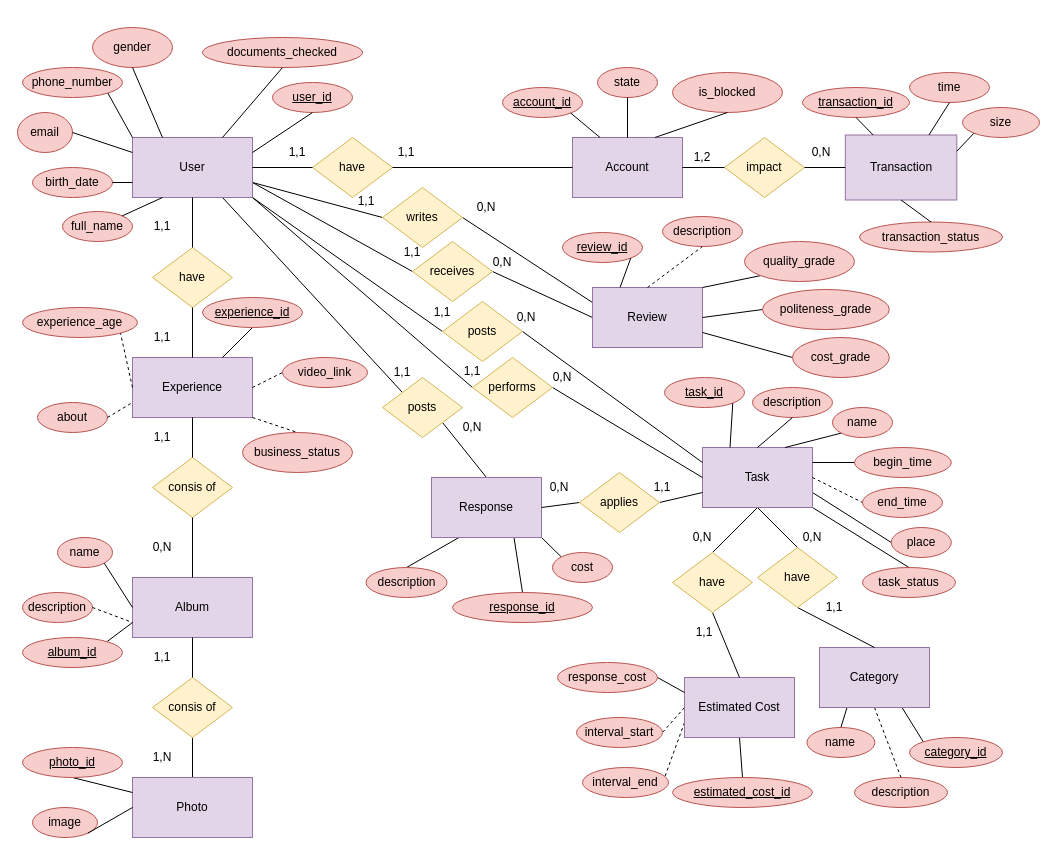
Before: page "Страница 1" (1 of 2) of concept.drawio in Shennor/youdoDB, a draw.io diagram. Source tidied: cells renumbered, new cells numbered last; positions are measured from the earlier drawing's top-left corner, leaving out a move shared by most shapes. Both pictures are drawn from the tidied source at 100%, with x=0, y=0 at pixel (17, 27).
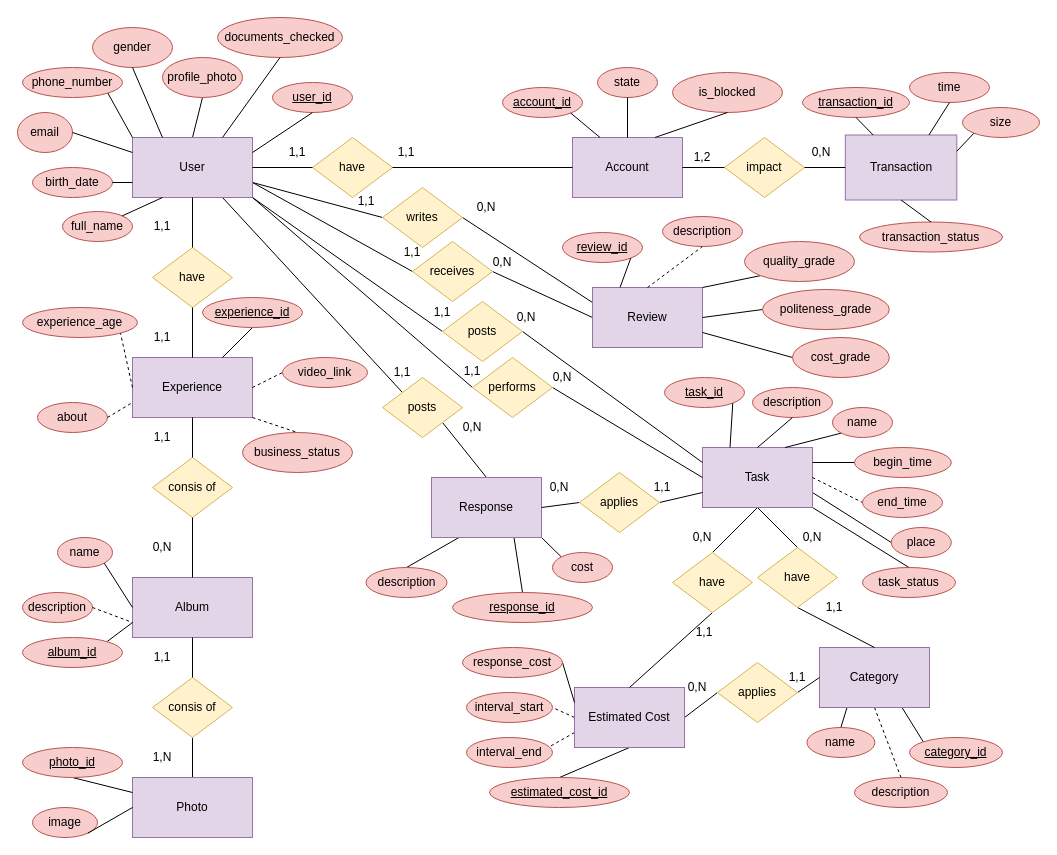
The same diagram, later.

The change refers to these unchanged cells:
```xml
<mxCell id="7" value="User" style="rounded=0;whiteSpace=wrap;html=1;fillColor=#e1d5e7;strokeColor=#9673a6;" parent="1" vertex="1">
  <mxGeometry x="115" y="110" width="120" height="60" as="geometry" />
</mxCell>
<mxCell id="135" value="Category" style="rounded=0;whiteSpace=wrap;html=1;fillColor=#e1d5e7;strokeColor=#9673a6;" parent="1" vertex="1">
  <mxGeometry x="802" y="620" width="110" height="60" as="geometry" />
</mxCell>
```

Diff of the diagram source:
```diff
@@
+    <mxCell id="173" style="edgeStyle=none;shape=connector;rounded=1;jettySize=auto;html=1;exitX=0.5;exitY=0;exitDx=0;exitDy=0;entryX=0.5;entryY=1;entryDx=0;entryDy=0;labelBackgroundColor=default;strokeColor=default;fontFamily=Helvetica;fontSize=11;fontColor=default;endArrow=none;" parent="1" edge="1" source="7" target="175">
+      <mxGeometry relative="1" as="geometry" />
+    </mxCell>
@@
     <mxCell id="40" value="documents_checked" style="ellipse;whiteSpace=wrap;html=1;fillColor=#f8cecc;strokeColor=#b85450;" parent="1" vertex="1">
-      <mxGeometry x="185" y="10" width="160" height="30" as="geometry" />
+      <mxGeometry x="200" y="-10" width="125" height="40" as="geometry" />
     </mxCell>
@@
+    <mxCell id="174" style="edgeStyle=none;shape=connector;rounded=1;jettySize=auto;html=1;exitX=1;exitY=0.5;exitDx=0;exitDy=0;entryX=0;entryY=0.5;entryDx=0;entryDy=0;labelBackgroundColor=default;strokeColor=default;fontFamily=Helvetica;fontSize=11;fontColor=default;endArrow=none;" parent="1" edge="1" source="143" target="177">
+      <mxGeometry relative="1" as="geometry" />
+    </mxCell>
     <mxCell id="143" value="Estimated Cost" style="rounded=0;whiteSpace=wrap;html=1;fillColor=#e1d5e7;strokeColor=#9673a6;" parent="1" vertex="1">
-      <mxGeometry x="667" y="650" width="110" height="60" as="geometry" />
+      <mxGeometry x="557" y="660" width="110" height="60" as="geometry" />
     </mxCell>
@@
     <mxCell id="151" value="interval_start" style="ellipse;whiteSpace=wrap;html=1;fillColor=#f8cecc;strokeColor=#b85450;" parent="1" vertex="1">
-      <mxGeometry x="559" y="690" width="86" height="30" as="geometry" />
+      <mxGeometry x="449" y="665" width="86" height="30" as="geometry" />
     </mxCell>
     <mxCell id="152" value="&lt;u&gt;estimated_cost_id&lt;/u&gt;" style="ellipse;whiteSpace=wrap;html=1;fillColor=#f8cecc;strokeColor=#b85450;" parent="1" vertex="1">
-      <mxGeometry x="655" y="750" width="140" height="30" as="geometry" />
+      <mxGeometry x="472" y="750" width="140" height="30" as="geometry" />
     </mxCell>
     <mxCell id="153" value="interval_end" style="ellipse;whiteSpace=wrap;html=1;fillColor=#f8cecc;strokeColor=#b85450;" parent="1" vertex="1">
-      <mxGeometry x="565" y="740" width="86" height="30" as="geometry" />
+      <mxGeometry x="449" y="710" width="86" height="30" as="geometry" />
     </mxCell>
@@
     <mxCell id="155" value="response_cost" style="ellipse;whiteSpace=wrap;html=1;fillColor=#f8cecc;strokeColor=#b85450;" parent="1" vertex="1">
-      <mxGeometry x="540" y="635" width="100" height="30" as="geometry" />
+      <mxGeometry x="445" y="620" width="100" height="30" as="geometry" />
     </mxCell>
@@
+    <mxCell id="175" value="profile_photo" style="ellipse;whiteSpace=wrap;html=1;fillColor=#f8cecc;strokeColor=#b85450;" parent="1" vertex="1">
+      <mxGeometry x="145" y="30" width="80" height="40" as="geometry" />
+    </mxCell>
+    <mxCell id="176" style="edgeStyle=none;shape=connector;rounded=1;jettySize=auto;html=1;exitX=1;exitY=0.5;exitDx=0;exitDy=0;entryX=0;entryY=0.5;entryDx=0;entryDy=0;labelBackgroundColor=default;strokeColor=default;fontFamily=Helvetica;fontSize=11;fontColor=default;endArrow=none;" parent="1" edge="1" source="177" target="135">
+      <mxGeometry relative="1" as="geometry" />
+    </mxCell>
+    <mxCell id="177" value="applies" style="rhombus;whiteSpace=wrap;html=1;fillColor=#fff2cc;strokeColor=#d6b656;" parent="1" vertex="1">
+      <mxGeometry x="700" y="635" width="80" height="60" as="geometry" />
+    </mxCell>
+    <mxCell id="178" value="1,1" style="text;html=1;strokeColor=none;fillColor=none;align=center;verticalAlign=middle;whiteSpace=wrap;rounded=0;" parent="1" vertex="1">
+      <mxGeometry x="760" y="640" width="40" height="20" as="geometry" />
+    </mxCell>
+    <mxCell id="179" value="0,N" style="text;html=1;strokeColor=none;fillColor=none;align=center;verticalAlign=middle;whiteSpace=wrap;rounded=0;" parent="1" vertex="1">
+      <mxGeometry x="660" y="650" width="40" height="20" as="geometry" />
+    </mxCell>
```
